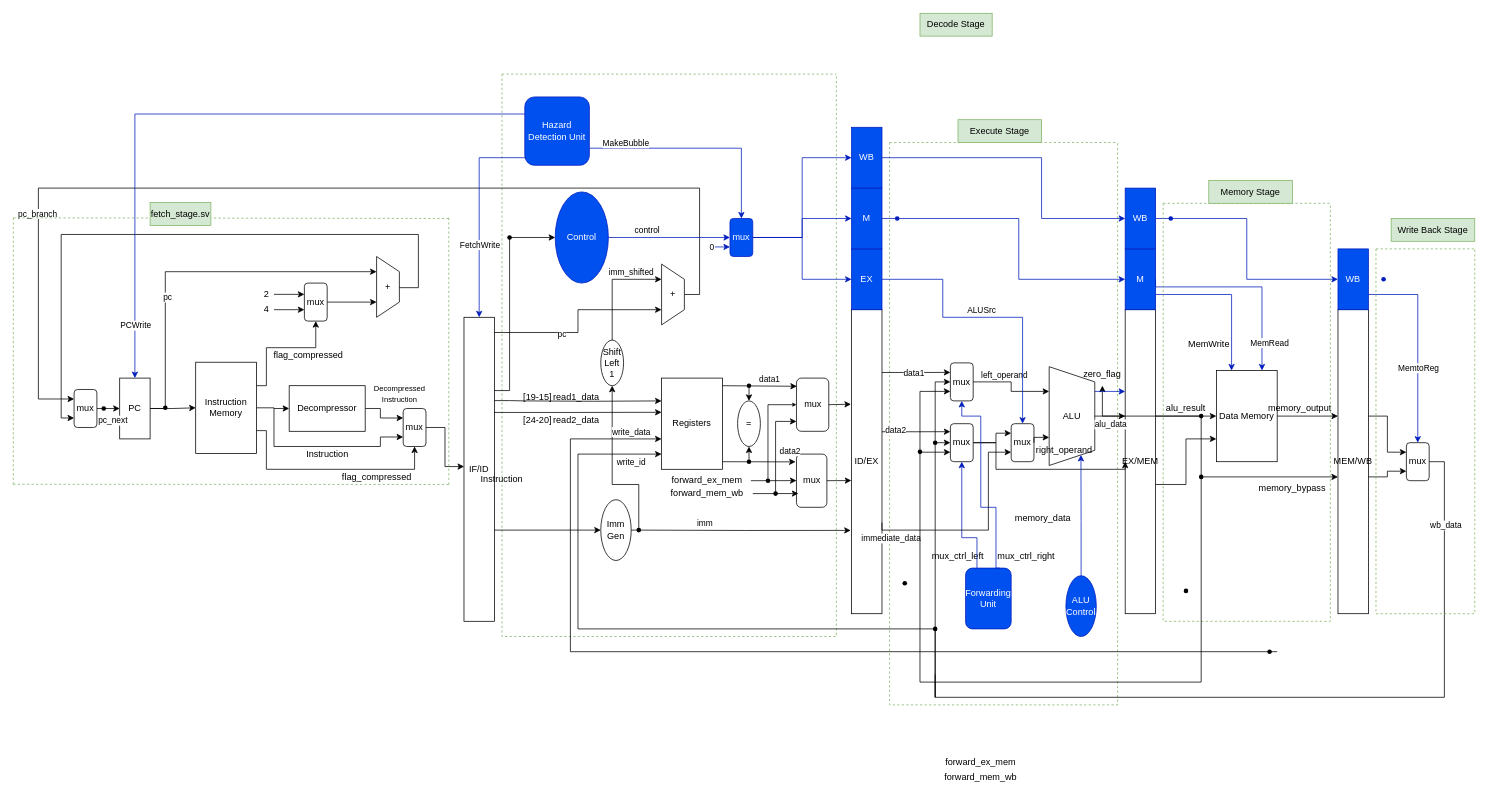
Earlier version of the draw.io diagram documentation/Architecture-Simple.drawio (RISC-V-on-FPGA/riscv). Source tidied: cells renumbered, new cells numbered last; positions are measured from the earlier drawing's top-left corner, leaving out a move shared by most shapes. Both pictures are drawn from the tidied source at 76%, with x=0, y=0 at pixel (13, 13).
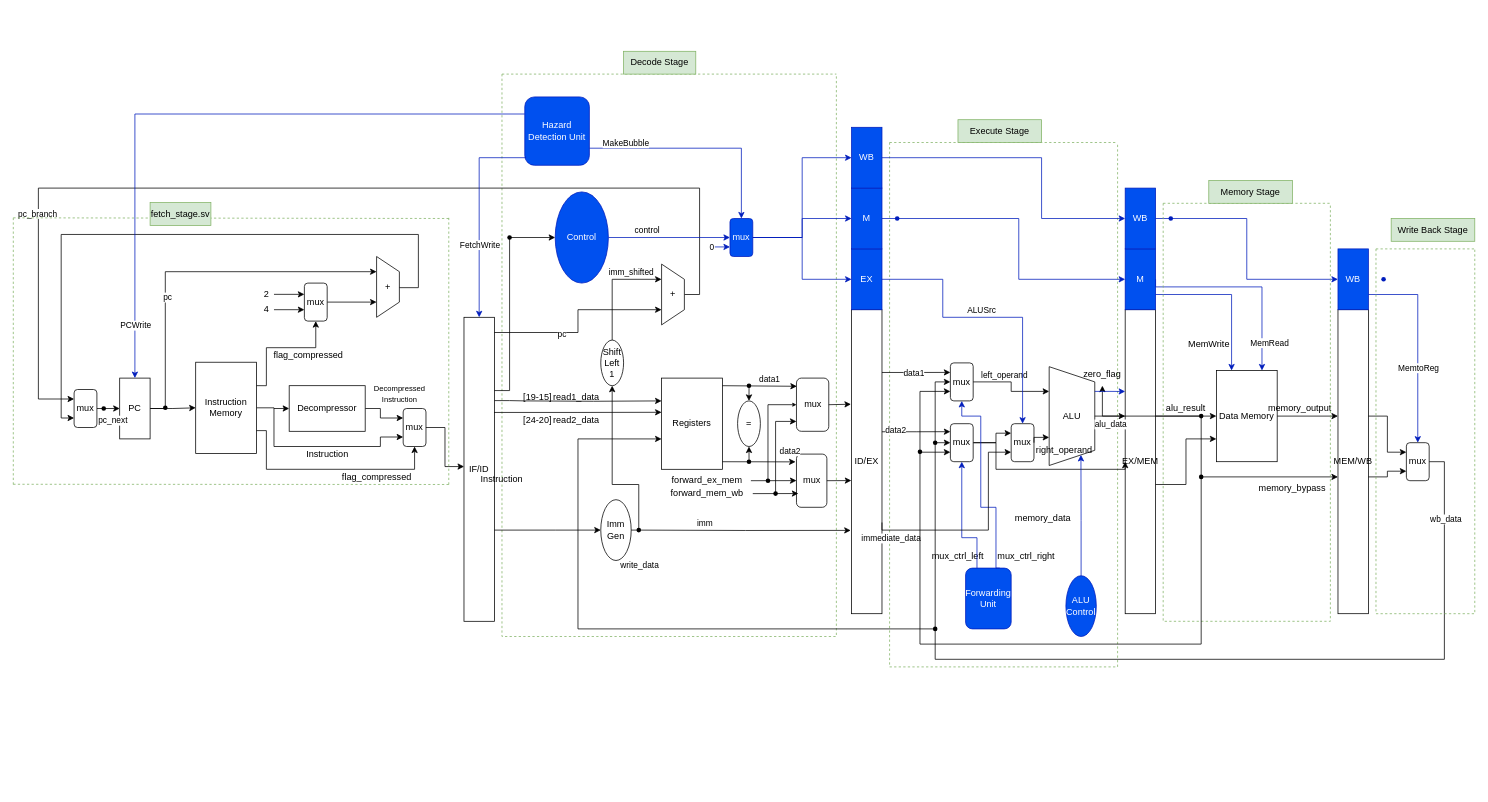
The same diagram, later.

Unchanged cells that the change refers to:
```xml
<mxCell id="46" value="Registers&lt;br&gt;" style="rounded=0;whiteSpace=wrap;html=1;" parent="1" vertex="1">
  <mxGeometry x="853" y="480" width="80" height="120" as="geometry" />
</mxCell>
<mxCell id="69" value="mux&lt;br&gt;" style="rounded=1;whiteSpace=wrap;html=1;" parent="1" vertex="1">
  <mxGeometry x="1233" y="460" width="30" height="50" as="geometry" />
</mxCell>
<mxCell id="82" value="mux&lt;br&gt;" style="rounded=1;whiteSpace=wrap;html=1;" parent="1" vertex="1">
  <mxGeometry x="1833" y="565" width="30" height="50" as="geometry" />
</mxCell>
<mxCell id="144" style="shape=waypoint;sketch=0;fillStyle=solid;size=6;points=[];fillColor=none;perimeter=centerPerimeter;snapToPoint=1;" parent="1" vertex="1">
  <mxGeometry x="1553" y="600" width="20" height="20" as="geometry" />
</mxCell>
```

Diff of the diagram source:
```diff
@@
     <mxCell id="2" style="swimlane;startSize=0;dashed=1;fillColor=#d5e8d4;strokeColor=#82b366;" parent="1" vertex="1">
-      <mxGeometry x="1153" y="170" width="300" height="740" as="geometry" />
+      <mxGeometry x="1153" y="170" width="300" height="690" as="geometry" />
     </mxCell>
@@
-    <mxCell id="4" value="forward_mem_wb" style="text;html=1;align=center;verticalAlign=middle;whiteSpace=wrap;rounded=0;" parent="2" vertex="1">
-      <mxGeometry x="90" y="820" width="60" height="30" as="geometry" />
-    </mxCell>
-    <mxCell id="5" value="forward_ex_mem" style="text;html=1;align=center;verticalAlign=middle;whiteSpace=wrap;rounded=0;" parent="2" vertex="1">
-      <mxGeometry x="90" y="800" width="60" height="30" as="geometry" />
-    </mxCell>
@@
-    <mxCell id="12" style="shape=waypoint;sketch=0;fillStyle=solid;size=6;fillColor=none;perimeter=centerPerimeter;" parent="2" vertex="1">
-      <mxGeometry x="10" y="570" width="20" height="20" as="geometry" />
-    </mxCell>
@@
-    <mxCell id="44" style="edgeStyle=orthogonalEdgeStyle;rounded=0;orthogonalLoop=1;jettySize=auto;html=1;" parent="1" edge="1">
-      <mxGeometry relative="1" as="geometry">
-        <mxPoint x="1213" y="900" as="sourcePoint" />
-        <mxPoint x="853" y="580" as="targetPoint" />
-        <Array as="points">
-          <mxPoint x="1213" y="810" />
-          <mxPoint x="743" y="810" />
-          <mxPoint x="743" y="580" />
-        </Array>
-      </mxGeometry>
-    </mxCell>
-    <mxCell id="45" value="write_id" style="edgeLabel;html=1;align=center;verticalAlign=middle;" parent="44" vertex="1">
-      <mxGeometry x="0.91" relative="1" as="geometry">
-        <mxPoint x="-1" y="10" as="offset" />
-      </mxGeometry>
-    </mxCell>
@@
-    <mxCell id="81" style="edgeStyle=orthogonalEdgeStyle;rounded=0;jettySize=auto;html=1;exitDx=0;exitDy=0;entryX=0;entryY=0.5;entryDx=0;entryDy=0;" parent="1" edge="1" target="69">
+    <mxCell id="81" style="edgeStyle=orthogonalEdgeStyle;rounded=0;jettySize=auto;html=1;entryX=0;entryY=0.5;entryDx=0;entryDy=0;" parent="1" edge="1" target="69">
       <mxGeometry relative="1" as="geometry">
-        <mxPoint x="1213" y="900" as="sourcePoint" />
+        <mxPoint x="1213" y="850" as="sourcePoint" />
         <Array as="points">
           <mxPoint x="1213" y="485" />
         </Array>
       </mxGeometry>
     </mxCell>
@@
-    <mxCell id="137" style="shape=waypoint;sketch=0;fillStyle=solid;size=6;fillColor=none;perimeter=centerPerimeter;" parent="1" vertex="1">
-      <mxGeometry x="1533" y="750" width="20" height="20" as="geometry" />
-    </mxCell>
-    <mxCell id="138" style="shape=waypoint;sketch=0;fillStyle=solid;size=6;fillColor=none;perimeter=centerPerimeter;" parent="1" vertex="1">
-      <mxGeometry x="1643" y="830" width="20" height="20" as="geometry" />
-    </mxCell>
-    <mxCell id="139" style="endArrow=none;html=1;rounded=0;" parent="1" edge="1">
-      <mxGeometry relative="1" as="geometry">
-        <mxPoint x="733" y="840" as="sourcePoint" />
-        <mxPoint x="1663" y="840" as="targetPoint" />
-      </mxGeometry>
-    </mxCell>
-    <mxCell id="140" style="endArrow=none;html=1;rounded=0;" parent="1" edge="1">
-      <mxGeometry relative="1" as="geometry">
-        <mxPoint x="733" y="840" as="sourcePoint" />
-        <mxPoint x="733" y="560" as="targetPoint" />
-      </mxGeometry>
-    </mxCell>
     <mxCell id="141" style="endArrow=classic;html=1;rounded=0;entryX=0;entryY=0.667;entryDx=0;entryDy=0;entryPerimeter=0;" parent="1" edge="1" target="46">
       <mxGeometry relative="1" as="geometry">
-        <mxPoint x="733" y="560" as="sourcePoint" />
+        <mxPoint x="1213" y="810" as="sourcePoint" />
+        <Array as="points">
+          <mxPoint x="743" y="810" />
+          <mxPoint x="743" y="560" />
+        </Array>
       </mxGeometry>
     </mxCell>
     <mxCell id="142" value="write_data" style="edgeLabel;html=1;align=center;verticalAlign=middle;" parent="141" vertex="1">
       <mxGeometry x="0.37" y="-1" relative="1" as="geometry">
-        <mxPoint x="-2" y="-11" as="offset" />
+        <mxPoint x="79" y="14" as="offset" />
       </mxGeometry>
     </mxCell>
@@
     <mxCell id="149" style="edgeStyle=orthogonalEdgeStyle;rounded=0;jettySize=auto;html=1;exitX=1;exitY=0.5;exitDx=0;exitDy=0;endArrow=none;endFill=0;" parent="1" edge="1" source="82">
       <mxGeometry relative="1" as="geometry">
-        <mxPoint x="1213" y="870" as="targetPoint" />
+        <mxPoint x="1213" y="850" as="targetPoint" />
         <Array as="points">
           <mxPoint x="1883" y="590" />
-          <mxPoint x="1883" y="900" />
-          <mxPoint x="1213" y="900" />
+          <mxPoint x="1883" y="850" />
+          <mxPoint x="1213" y="850" />
         </Array>
       </mxGeometry>
     </mxCell>
@@
     <mxCell id="167" value="Decode Stage" style="text;html=1;align=center;verticalAlign=middle;whiteSpace=wrap;rounded=0;fillColor=#d5e8d4;strokeColor=#82b366;" parent="1" vertex="1">
-      <mxGeometry x="1193" width="95" height="30" as="geometry" />
+      <mxGeometry x="803" y="50" width="95" height="30" as="geometry" />
     </mxCell>
@@
     <mxCell id="172" style="edgeStyle=orthogonalEdgeStyle;rounded=0;jettySize=auto;html=1;exitX=0.55;exitY=0.771;exitDx=0;exitDy=0;entryX=0;entryY=0.75;entryDx=0;entryDy=0;exitPerimeter=0;" parent="1" edge="1" source="144" target="69">
       <mxGeometry relative="1" as="geometry">
         <Array as="points">
-          <mxPoint x="1563" y="880" />
-          <mxPoint x="1193" y="880" />
-          <mxPoint x="1193" y="497" />
+          <mxPoint x="1563" y="830" />
+          <mxPoint x="1193" y="830" />
+          <mxPoint x="1193" y="498" />
         </Array>
       </mxGeometry>
     </mxCell>
```
